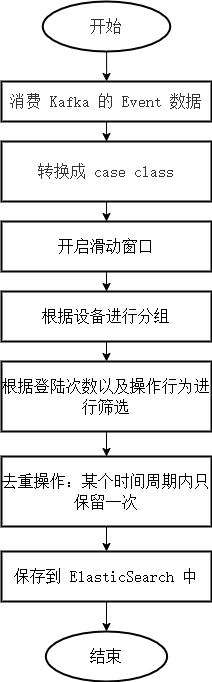
dyzcs/mall-2020 keeps this draw.io diagram as 预警需求处理流程.png. Above is the earlier version. Source tidied: cells renumbered, new cells last; positions are measured from the earlier drawing's top-left corner, leaving out a move shared by most shapes.
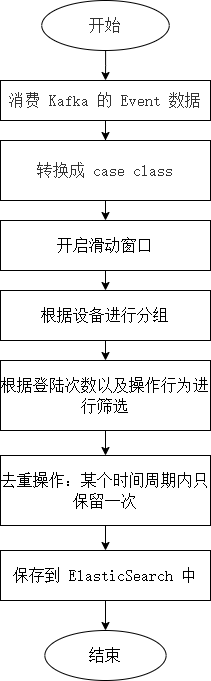
After the commit.

Commit message:
更新预警需求处理流程.png

The edit, as a diff of the source:
```diff
@@ -2,55 +2,55 @@
   <root>
     <mxCell id="0" />
     <mxCell id="1" parent="0" />
-    <mxCell id="2" style="edgeStyle=none;rounded=0;jettySize=auto;html=1;exitX=0.5;exitY=1;exitDx=0;exitDy=0;entryX=0.5;entryY=0;entryDx=0;entryDy=0;fontSize=18;fontFamily=宋体;fontSource=https%3A%2F%2Ffonts.googleapis.com%2Fcss%3Ffamily%3D%25E5%25AE%258B%25E4%25BD%2593;" parent="1" edge="1" source="3" target="5">
+    <mxCell id="2" style="edgeStyle=none;rounded=0;jettySize=auto;html=1;exitX=0.5;exitY=1;exitDx=0;exitDy=0;entryX=0.5;entryY=0;entryDx=0;entryDy=0;fontSize=18;fontFamily=宋体;fontSource=https%3A%2F%2Ffonts.googleapis.com%2Fcss%3Ffamily%3D%25E5%25AE%258B%25E4%25BD%2593;strokeWidth=1;" parent="1" edge="1" source="3" target="5">
       <mxGeometry relative="1" as="geometry" />
     </mxCell>
-    <mxCell id="3" value="&lt;font style=&quot;font-size: 16px&quot;&gt;转换成 case class&lt;/font&gt;" style="rounded=0;whiteSpace=wrap;html=1;fontSize=18;fontFamily=宋体;fontSource=https%3A%2F%2Ffonts.googleapis.com%2Fcss%3Ffamily%3D%25E5%25AE%258B%25E4%25BD%2593;fontColor=#333333;fillColor=#FFFFFF;strokeWidth=2;" parent="1" vertex="1">
+    <mxCell id="3" value="&lt;font style=&quot;font-size: 16px&quot;&gt;转换成 case class&lt;/font&gt;" style="rounded=0;whiteSpace=wrap;html=1;fontSize=18;fontFamily=宋体;fontSource=https%3A%2F%2Ffonts.googleapis.com%2Fcss%3Ffamily%3D%25E5%25AE%258B%25E4%25BD%2593;fontColor=#333333;fillColor=#FFFFFF;strokeWidth=1;" parent="1" vertex="1">
       <mxGeometry y="140" width="210" height="60" as="geometry" />
     </mxCell>
-    <mxCell id="4" style="edgeStyle=none;rounded=0;jettySize=auto;html=1;exitX=0.5;exitY=1;exitDx=0;exitDy=0;fontSize=18;fontFamily=宋体;fontSource=https%3A%2F%2Ffonts.googleapis.com%2Fcss%3Ffamily%3D%25E5%25AE%258B%25E4%25BD%2593;" parent="1" edge="1" source="5" target="7">
+    <mxCell id="4" style="edgeStyle=none;rounded=0;jettySize=auto;html=1;exitX=0.5;exitY=1;exitDx=0;exitDy=0;fontSize=18;fontFamily=宋体;fontSource=https%3A%2F%2Ffonts.googleapis.com%2Fcss%3Ffamily%3D%25E5%25AE%258B%25E4%25BD%2593;strokeWidth=1;" parent="1" edge="1" source="5" target="7">
       <mxGeometry relative="1" as="geometry" />
     </mxCell>
-    <mxCell id="5" value="&lt;font style=&quot;font-size: 16px&quot;&gt;开启滑动窗口&lt;/font&gt;" style="rounded=0;whiteSpace=wrap;html=1;fontSize=18;fontFamily=宋体;fontSource=https%3A%2F%2Ffonts.googleapis.com%2Fcss%3Ffamily%3D%25E5%25AE%258B%25E4%25BD%2593;fillColor=#FFFFFF;strokeWidth=2;" parent="1" vertex="1">
+    <mxCell id="5" value="&lt;font style=&quot;font-size: 16px&quot;&gt;开启滑动窗口&lt;/font&gt;" style="rounded=0;whiteSpace=wrap;html=1;fontSize=18;fontFamily=宋体;fontSource=https%3A%2F%2Ffonts.googleapis.com%2Fcss%3Ffamily%3D%25E5%25AE%258B%25E4%25BD%2593;fillColor=#FFFFFF;strokeWidth=1;" parent="1" vertex="1">
       <mxGeometry y="220" width="210" height="50" as="geometry" />
     </mxCell>
-    <mxCell id="6" style="edgeStyle=none;rounded=0;jettySize=auto;html=1;fontSize=18;fontFamily=宋体;fontSource=https%3A%2F%2Ffonts.googleapis.com%2Fcss%3Ffamily%3D%25E5%25AE%258B%25E4%25BD%2593;" parent="1" edge="1" source="7" target="9">
+    <mxCell id="6" style="edgeStyle=none;rounded=0;jettySize=auto;html=1;fontSize=18;fontFamily=宋体;fontSource=https%3A%2F%2Ffonts.googleapis.com%2Fcss%3Ffamily%3D%25E5%25AE%258B%25E4%25BD%2593;strokeWidth=1;" parent="1" edge="1" source="7" target="9">
       <mxGeometry relative="1" as="geometry" />
     </mxCell>
-    <mxCell id="7" value="&lt;font style=&quot;font-size: 16px&quot;&gt;根据设备进行分组&lt;/font&gt;" style="rounded=0;whiteSpace=wrap;html=1;fontSize=18;fontFamily=宋体;fontSource=https%3A%2F%2Ffonts.googleapis.com%2Fcss%3Ffamily%3D%25E5%25AE%258B%25E4%25BD%2593;fillColor=#FFFFFF;strokeWidth=2;" parent="1" vertex="1">
+    <mxCell id="7" value="&lt;font style=&quot;font-size: 16px&quot;&gt;根据设备进行分组&lt;/font&gt;" style="rounded=0;whiteSpace=wrap;html=1;fontSize=18;fontFamily=宋体;fontSource=https%3A%2F%2Ffonts.googleapis.com%2Fcss%3Ffamily%3D%25E5%25AE%258B%25E4%25BD%2593;fillColor=#FFFFFF;strokeWidth=1;" parent="1" vertex="1">
       <mxGeometry y="290" width="210" height="50" as="geometry" />
     </mxCell>
-    <mxCell id="8" style="edgeStyle=none;rounded=0;jettySize=auto;html=1;fontSize=18;fontFamily=宋体;fontSource=https%3A%2F%2Ffonts.googleapis.com%2Fcss%3Ffamily%3D%25E5%25AE%258B%25E4%25BD%2593;" parent="1" edge="1" source="9" target="11">
+    <mxCell id="8" style="edgeStyle=none;rounded=0;jettySize=auto;html=1;fontSize=18;fontFamily=宋体;fontSource=https%3A%2F%2Ffonts.googleapis.com%2Fcss%3Ffamily%3D%25E5%25AE%258B%25E4%25BD%2593;strokeWidth=1;" parent="1" edge="1" source="9" target="11">
       <mxGeometry relative="1" as="geometry" />
     </mxCell>
-    <mxCell id="9" value="&lt;font style=&quot;font-size: 16px&quot;&gt;根据登陆次数以及操作行为进行筛选&lt;/font&gt;" style="rounded=0;whiteSpace=wrap;html=1;fontSize=18;fontFamily=宋体;fontSource=https%3A%2F%2Ffonts.googleapis.com%2Fcss%3Ffamily%3D%25E5%25AE%258B%25E4%25BD%2593;fillColor=#FFFFFF;strokeWidth=2;" parent="1" vertex="1">
+    <mxCell id="9" value="&lt;font style=&quot;font-size: 16px&quot;&gt;根据登陆次数以及操作行为进行筛选&lt;/font&gt;" style="rounded=0;whiteSpace=wrap;html=1;fontSize=18;fontFamily=宋体;fontSource=https%3A%2F%2Ffonts.googleapis.com%2Fcss%3Ffamily%3D%25E5%25AE%258B%25E4%25BD%2593;fillColor=#FFFFFF;strokeWidth=1;" parent="1" vertex="1">
       <mxGeometry y="360" width="210" height="70" as="geometry" />
     </mxCell>
-    <mxCell id="10" style="edgeStyle=orthogonalEdgeStyle;rounded=0;jettySize=auto;html=1;entryX=0.5;entryY=0;entryDx=0;entryDy=0;" parent="1" edge="1" source="11" target="18">
+    <mxCell id="10" style="edgeStyle=orthogonalEdgeStyle;rounded=0;jettySize=auto;html=1;entryX=0.5;entryY=0;entryDx=0;entryDy=0;strokeWidth=1;" parent="1" edge="1" source="11" target="18">
       <mxGeometry relative="1" as="geometry" />
     </mxCell>
-    <mxCell id="11" value="&lt;font style=&quot;font-size: 16px&quot;&gt;去重操作：某个时间周期内只保留一次&lt;/font&gt;" style="rounded=0;whiteSpace=wrap;html=1;fontSize=18;fontFamily=宋体;fontSource=https%3A%2F%2Ffonts.googleapis.com%2Fcss%3Ffamily%3D%25E5%25AE%258B%25E4%25BD%2593;fillColor=#FFFFFF;strokeWidth=2;" parent="1" vertex="1">
+    <mxCell id="11" value="&lt;font style=&quot;font-size: 16px&quot;&gt;去重操作：某个时间周期内只保留一次&lt;/font&gt;" style="rounded=0;whiteSpace=wrap;html=1;fontSize=18;fontFamily=宋体;fontSource=https%3A%2F%2Ffonts.googleapis.com%2Fcss%3Ffamily%3D%25E5%25AE%258B%25E4%25BD%2593;fillColor=#FFFFFF;strokeWidth=1;" parent="1" vertex="1">
       <mxGeometry y="455" width="210" height="70" as="geometry" />
     </mxCell>
-    <mxCell id="12" style="edgeStyle=orthogonalEdgeStyle;rounded=0;jettySize=auto;html=1;entryX=0.5;entryY=0;entryDx=0;entryDy=0;" parent="1" edge="1" source="13" target="16">
+    <mxCell id="12" style="edgeStyle=orthogonalEdgeStyle;rounded=0;jettySize=auto;html=1;entryX=0.5;entryY=0;entryDx=0;entryDy=0;strokeWidth=1;" parent="1" edge="1" source="13" target="16">
       <mxGeometry relative="1" as="geometry" />
     </mxCell>
-    <mxCell id="13" value="&lt;font style=&quot;font-size: 16px&quot; face=&quot;宋体&quot;&gt;开始&lt;/font&gt;" style="strokeWidth=2;html=1;shape=mxgraph.flowchart.start_1;whiteSpace=wrap;rounded=0;fontFamily=宋体;fontSource=https%3A%2F%2Ffonts.googleapis.com%2Fcss%3Ffamily%3D%25E5%25AE%258B%25E4%25BD%2593;fontSize=18;fontColor=#333333;fillColor=#FFFFFF;" parent="1" vertex="1">
+    <mxCell id="13" value="&lt;font style=&quot;font-size: 16px&quot; face=&quot;宋体&quot;&gt;开始&lt;/font&gt;" style="strokeWidth=1;html=1;shape=mxgraph.flowchart.start_1;whiteSpace=wrap;rounded=0;fontFamily=宋体;fontSource=https%3A%2F%2Ffonts.googleapis.com%2Fcss%3Ffamily%3D%25E5%25AE%258B%25E4%25BD%2593;fontSize=18;fontColor=#333333;fillColor=#FFFFFF;" parent="1" vertex="1">
       <mxGeometry x="41.2" width="127.5" height="50" as="geometry" />
     </mxCell>
-    <mxCell id="14" value="&lt;font style=&quot;font-size: 16px&quot; face=&quot;宋体&quot;&gt;结束&lt;/font&gt;" style="strokeWidth=2;html=1;shape=mxgraph.flowchart.start_1;whiteSpace=wrap;" parent="1" vertex="1">
+    <mxCell id="14" value="&lt;font style=&quot;font-size: 16px&quot; face=&quot;宋体&quot;&gt;结束&lt;/font&gt;" style="strokeWidth=1;html=1;shape=mxgraph.flowchart.start_1;whiteSpace=wrap;" parent="1" vertex="1">
       <mxGeometry x="44.4" y="630" width="121.2" height="50" as="geometry" />
     </mxCell>
-    <mxCell id="15" style="edgeStyle=orthogonalEdgeStyle;rounded=0;jettySize=auto;html=1;" parent="1" edge="1" source="16" target="3">
+    <mxCell id="15" style="edgeStyle=orthogonalEdgeStyle;rounded=0;jettySize=auto;html=1;strokeWidth=1;" parent="1" edge="1" source="16" target="3">
       <mxGeometry relative="1" as="geometry" />
     </mxCell>
-    <mxCell id="16" value="&lt;font style=&quot;font-size: 16px&quot;&gt;消费 Kafka 的 Event 数据&lt;/font&gt;" style="rounded=0;whiteSpace=wrap;html=1;fontSize=18;fontFamily=宋体;fontSource=https%3A%2F%2Ffonts.googleapis.com%2Fcss%3Ffamily%3D%25E5%25AE%258B%25E4%25BD%2593;fontColor=#333333;fillColor=#FFFFFF;strokeWidth=2;" parent="1" vertex="1">
+    <mxCell id="16" value="&lt;font style=&quot;font-size: 16px&quot;&gt;消费 Kafka 的 Event 数据&lt;/font&gt;" style="rounded=0;whiteSpace=wrap;html=1;fontSize=18;fontFamily=宋体;fontSource=https%3A%2F%2Ffonts.googleapis.com%2Fcss%3Ffamily%3D%25E5%25AE%258B%25E4%25BD%2593;fontColor=#333333;fillColor=#FFFFFF;strokeWidth=1;" parent="1" vertex="1">
       <mxGeometry y="80" width="210" height="40" as="geometry" />
     </mxCell>
-    <mxCell id="17" style="edgeStyle=orthogonalEdgeStyle;rounded=0;jettySize=auto;html=1;entryX=0.5;entryY=0;entryDx=0;entryDy=0;entryPerimeter=0;" parent="1" edge="1" source="18" target="14">
+    <mxCell id="17" style="edgeStyle=orthogonalEdgeStyle;rounded=0;jettySize=auto;html=1;entryX=0.5;entryY=0;entryDx=0;entryDy=0;entryPerimeter=0;strokeWidth=1;" parent="1" edge="1" source="18" target="14">
       <mxGeometry relative="1" as="geometry" />
     </mxCell>
-    <mxCell id="18" value="&lt;font style=&quot;font-size: 16px&quot;&gt;保存到 ElasticSearch 中&lt;/font&gt;" style="rounded=0;whiteSpace=wrap;html=1;fontSize=18;fontFamily=宋体;fontSource=https%3A%2F%2Ffonts.googleapis.com%2Fcss%3Ffamily%3D%25E5%25AE%258B%25E4%25BD%2593;fillColor=#FFFFFF;strokeWidth=2;" parent="1" vertex="1">
+    <mxCell id="18" value="&lt;font style=&quot;font-size: 16px&quot;&gt;保存到 ElasticSearch 中&lt;/font&gt;" style="rounded=0;whiteSpace=wrap;html=1;fontSize=18;fontFamily=宋体;fontSource=https%3A%2F%2Ffonts.googleapis.com%2Fcss%3Ffamily%3D%25E5%25AE%258B%25E4%25BD%2593;fillColor=#FFFFFF;strokeWidth=1;" parent="1" vertex="1">
       <mxGeometry y="550" width="210" height="50" as="geometry" />
     </mxCell>
   </root>
```
